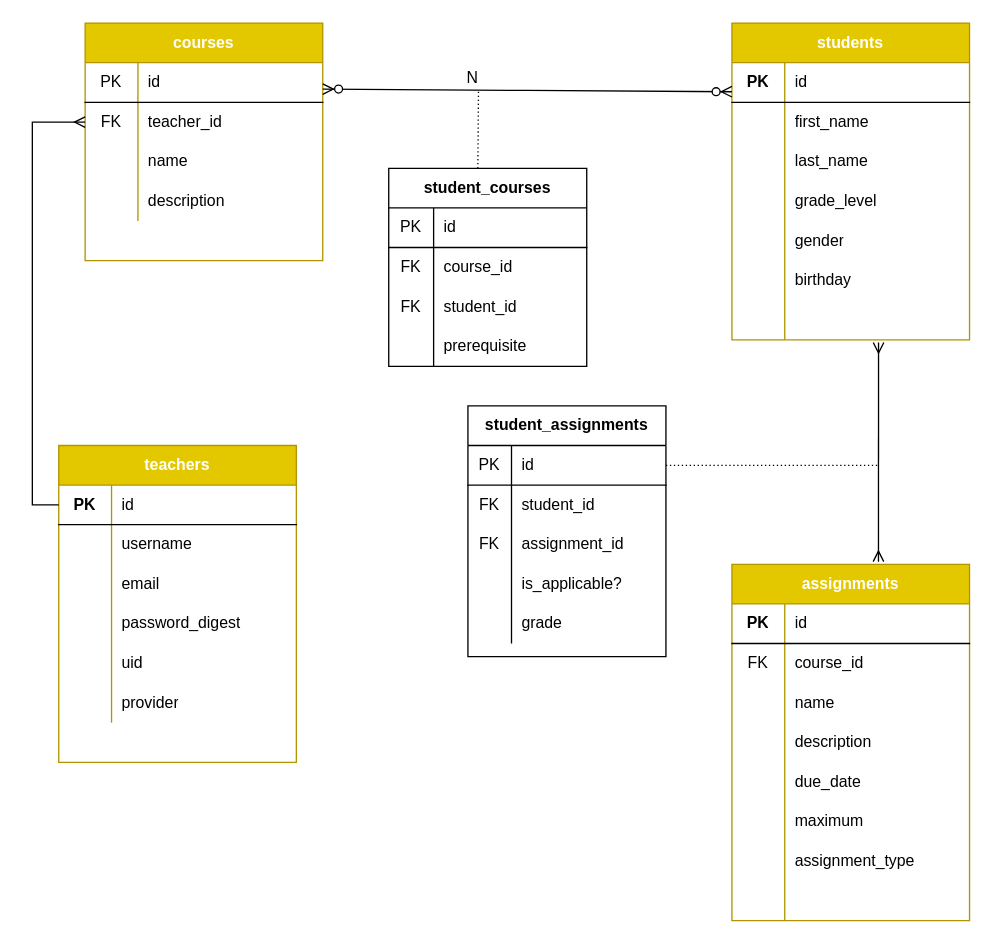
Before: post_grade.drawio in haticekaratay/post-grade, a draw.io diagram. Source tidied: cells renumbered, new cells numbered last; positions are measured from the earlier drawing's top-left corner, leaving out a move shared by most shapes. Both pictures are drawn from the tidied source at 132%, with x=0, y=0 at pixel (32, 22).
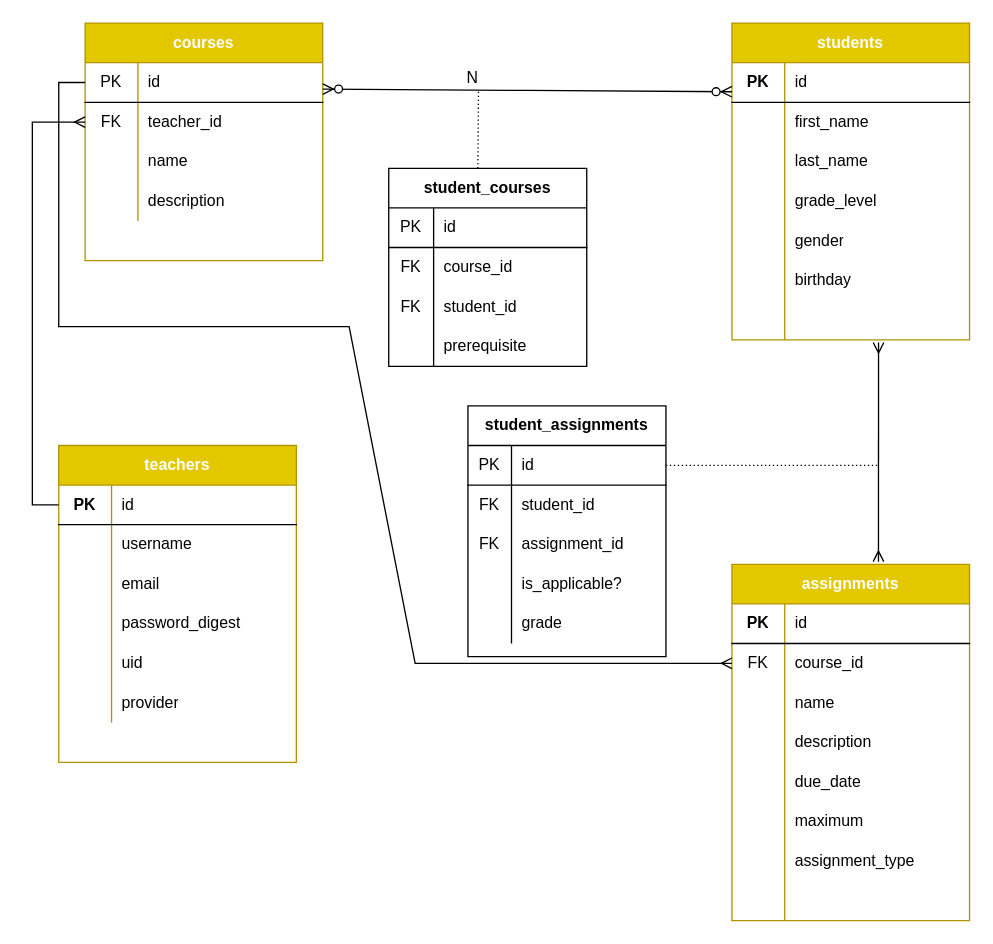
After the change.

Commit message:
Add missing connection between course and assignmt

Unchanged cells that the change refers to:
```xml
<mxCell id="22" style="shape=partialRectangle;html=1;whiteSpace=wrap;fillColor=none;top=0;left=0;bottom=1;right=0;points=[[0,0.5],[1,0.5]];portConstraint=eastwest;" parent="21" vertex="1">
  <mxGeometry y="30" width="180" height="30" as="geometry" />
</mxCell>
<mxCell id="73" style="shape=partialRectangle;html=1;whiteSpace=wrap;fillColor=none;top=0;left=0;bottom=0;right=0;points=[[0,0.5],[1,0.5]];portConstraint=eastwest;" parent="69" vertex="1">
  <mxGeometry y="60" width="180" height="30" as="geometry" />
</mxCell>
```

What changed in the source:
```diff
@@
+    <mxCell id="116" style="endArrow=none;html=1;rounded=0;startArrow=ERmany;startFill=0;exitX=0;exitY=0.5;exitDx=0;exitDy=0;entryX=0;entryY=0.5;entryDx=0;entryDy=0;" parent="1" edge="1" source="73" target="22">
+      <mxGeometry relative="1" as="geometry">
+        <Array as="points">
+          <mxPoint x="290" y="485" />
+          <mxPoint x="240" y="230" />
+          <mxPoint x="20" y="230" />
+          <mxPoint x="20" y="45" />
+        </Array>
+      </mxGeometry>
+    </mxCell>
```
